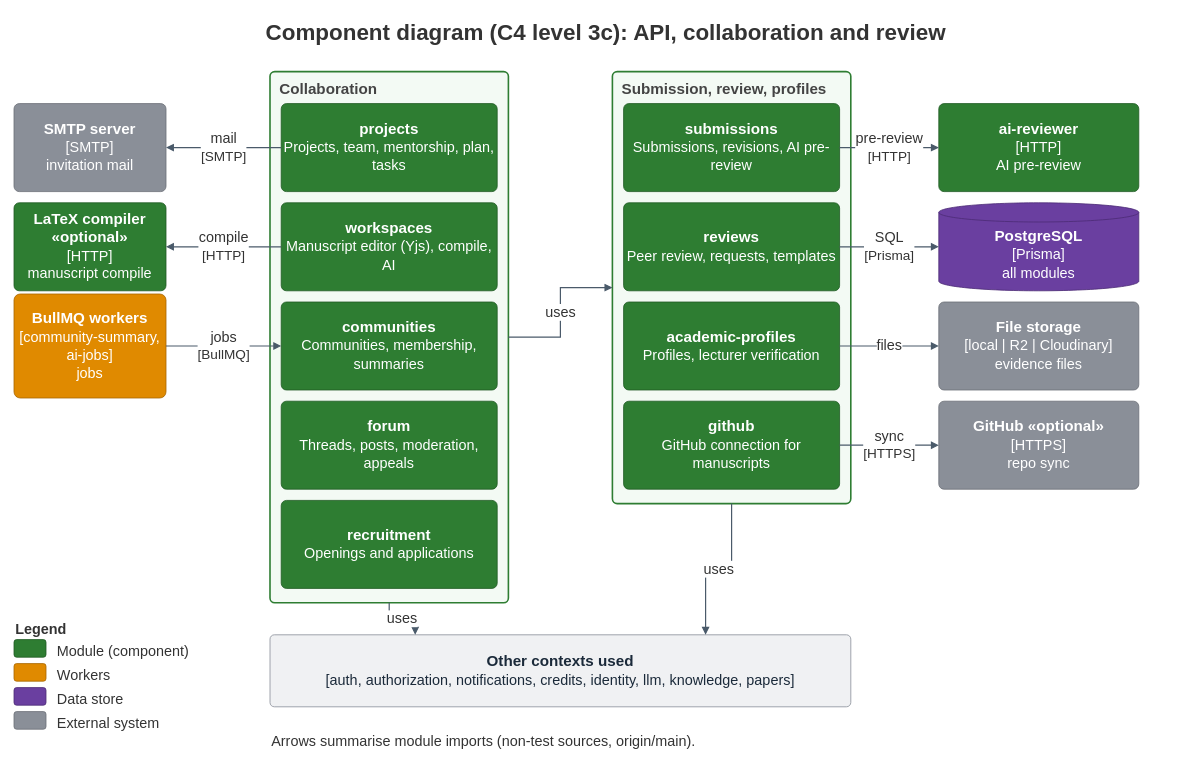
Before: docs/diagrams/report4/R4_C4_L3_Component_Collaboration_Review.drawio in Khoa-Hoa-Technology-Solution-Company/lumi-gap, a draw.io diagram. Source tidied: cells renumbered, new cells numbered last; positions are measured from the earlier drawing's top-left corner, leaving out a move shared by most shapes. Both pictures are drawn from the tidied source at 80%, with x=0, y=0 at pixel (14, 14).
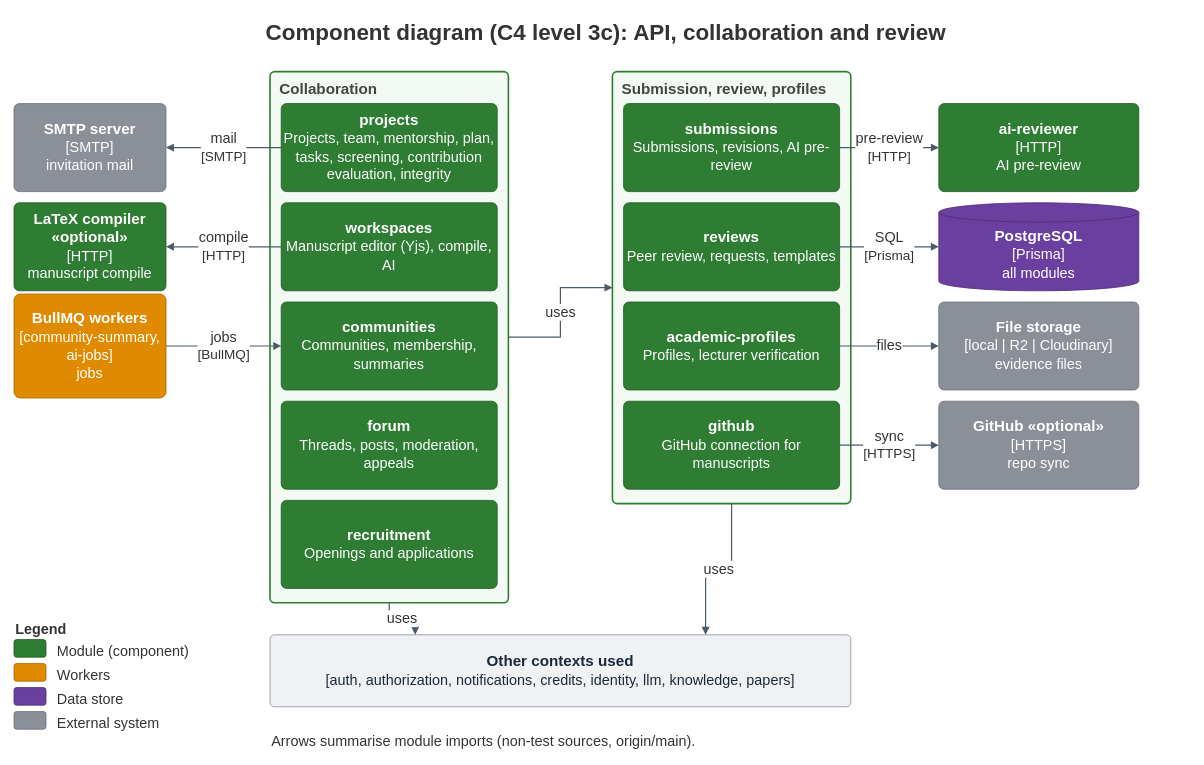
Above is the later version.

Diff of the diagram source:
```diff
@@
-    <mxCell id="4" value="&lt;b&gt;projects&lt;/b&gt;&lt;br&gt;&lt;span style=&quot;font-size:18px&quot;&gt;Projects, team, mentorship, plan, tasks&lt;/span&gt;" style="rounded=1;arcSize=6;whiteSpace=wrap;html=1;fillColor=#2E7D32;fontColor=#ffffff;strokeColor=#1F5A23;fontSize=19;" parent="1" vertex="1">
+    <mxCell id="4" value="&lt;b&gt;projects&lt;/b&gt;&lt;br&gt;&lt;span style=&quot;font-size:18px&quot;&gt;Projects, team, mentorship, plan, tasks, screening, contribution evaluation, integrity&lt;/span&gt;" style="rounded=1;arcSize=6;whiteSpace=wrap;html=1;fillColor=#2E7D32;fontColor=#ffffff;strokeColor=#1F5A23;fontSize=19;" parent="1" vertex="1">
       <mxGeometry x="334" y="112" width="270" height="110" as="geometry" />
     </mxCell>
```
